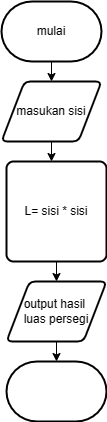
The draw.io diagram Draw.io.drawio.png in veraindryawanti/Coba, before a commit. Source tidied: cells renumbered, new cells last; positions are measured from the earlier drawing's top-left corner, leaving out a move shared by most shapes. Source of this version:
```xml
<mxGraphModel>
  <root>
    <mxCell id="0" />
    <mxCell id="1" parent="0" />
    <mxCell id="2" style="edgeStyle=orthogonalEdgeStyle;rounded=0;jettySize=auto;html=1;exitX=0.5;exitY=1;exitDx=0;exitDy=0;exitPerimeter=0;entryX=0.5;entryY=0;entryDx=0;entryDy=0;" parent="1" edge="1" source="3" target="5">
      <mxGeometry relative="1" as="geometry" />
    </mxCell>
    <mxCell id="3" value="mulai" style="strokeWidth=2;html=1;shape=mxgraph.flowchart.terminator;whiteSpace=wrap;" parent="1" vertex="1">
      <mxGeometry width="100" height="60" as="geometry" />
    </mxCell>
    <mxCell id="4" style="edgeStyle=orthogonalEdgeStyle;rounded=0;jettySize=auto;html=1;exitX=0.5;exitY=1;exitDx=0;exitDy=0;" parent="1" edge="1" source="5" target="7">
      <mxGeometry relative="1" as="geometry">
        <Array as="points">
          <mxPoint x="50" y="140" />
          <mxPoint x="50" y="140" />
        </Array>
      </mxGeometry>
    </mxCell>
    <mxCell id="5" value="masukan sisi" style="shape=parallelogram;html=1;strokeWidth=2;perimeter=parallelogramPerimeter;whiteSpace=wrap;rounded=1;arcSize=12;size=0.23;shadow=0;" parent="1" vertex="1">
      <mxGeometry y="80" width="100" height="60" as="geometry" />
    </mxCell>
    <mxCell id="6" style="edgeStyle=orthogonalEdgeStyle;rounded=0;jettySize=auto;html=1;exitX=0.5;exitY=1;exitDx=0;exitDy=0;entryX=0.5;entryY=0;entryDx=0;entryDy=0;" parent="1" edge="1" source="7" target="8">
      <mxGeometry relative="1" as="geometry" />
    </mxCell>
    <mxCell id="7" value="L= sisi * sisi" style="rounded=1;whiteSpace=wrap;html=1;absoluteArcSize=1;arcSize=14;strokeWidth=2;" parent="1" vertex="1">
      <mxGeometry x="5" y="160" width="100" height="100" as="geometry" />
    </mxCell>
    <mxCell id="8" value="output hasil&amp;nbsp;&lt;div&gt;luas persegi&lt;/div&gt;" style="shape=parallelogram;html=1;strokeWidth=2;perimeter=parallelogramPerimeter;whiteSpace=wrap;rounded=1;arcSize=12;size=0.23;" parent="1" vertex="1">
      <mxGeometry x="5" y="280" width="100" height="60" as="geometry" />
    </mxCell>
    <mxCell id="9" style="strokeWidth=2;html=1;shape=mxgraph.flowchart.terminator;whiteSpace=wrap;" parent="1" vertex="1">
      <mxGeometry x="5" y="360" width="100" height="60" as="geometry" />
    </mxCell>
    <mxCell id="10" style="edgeStyle=orthogonalEdgeStyle;rounded=0;jettySize=auto;html=1;exitX=0.5;exitY=1;exitDx=0;exitDy=0;entryX=0.5;entryY=0;entryDx=0;entryDy=0;entryPerimeter=0;" parent="1" edge="1" source="8" target="9">
      <mxGeometry relative="1" as="geometry" />
    </mxCell>
  </root>
</mxGraphModel>
```
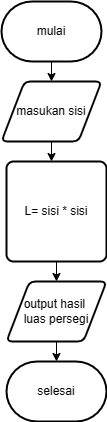
The same diagram one commit later.

What changed in the source:
```diff
@@ -28,7 +28,7 @@
     <mxCell id="8" value="output hasil&amp;nbsp;&lt;div&gt;luas persegi&lt;/div&gt;" style="shape=parallelogram;html=1;strokeWidth=2;perimeter=parallelogramPerimeter;whiteSpace=wrap;rounded=1;arcSize=12;size=0.23;" parent="1" vertex="1">
       <mxGeometry x="5" y="280" width="100" height="60" as="geometry" />
     </mxCell>
-    <mxCell id="9" style="strokeWidth=2;html=1;shape=mxgraph.flowchart.terminator;whiteSpace=wrap;" parent="1" vertex="1">
+    <mxCell id="9" value="selesai" style="strokeWidth=2;html=1;shape=mxgraph.flowchart.terminator;whiteSpace=wrap;" parent="1" vertex="1">
       <mxGeometry x="5" y="360" width="100" height="60" as="geometry" />
     </mxCell>
     <mxCell id="10" style="edgeStyle=orthogonalEdgeStyle;rounded=0;jettySize=auto;html=1;exitX=0.5;exitY=1;exitDx=0;exitDy=0;entryX=0.5;entryY=0;entryDx=0;entryDy=0;entryPerimeter=0;" parent="1" edge="1" source="8" target="9">
```
